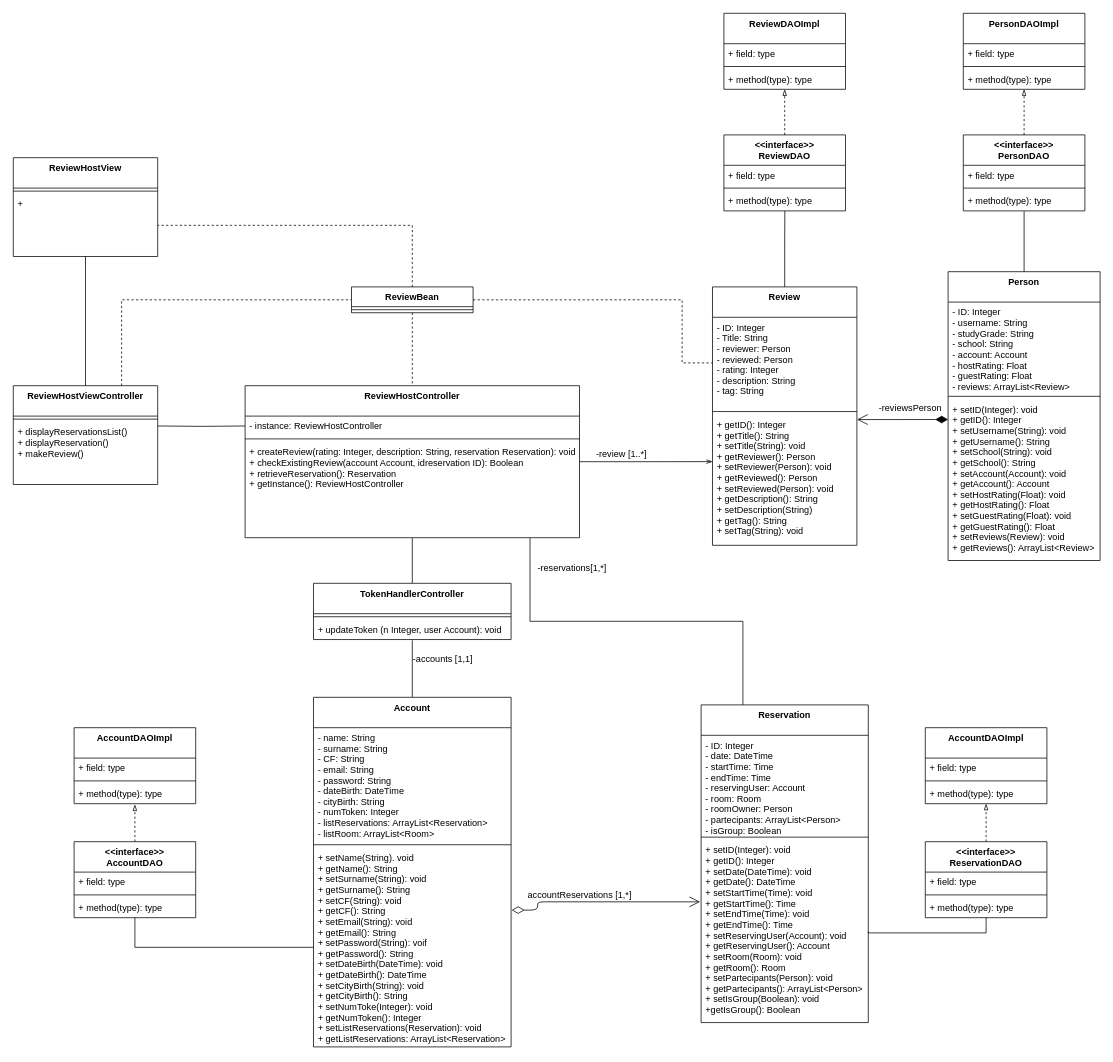
The draw.io diagram Deliverables/Design Level Class Diagram/DLCD ReviewHost Agostinelli.drawio in nic-agos/DoveStudi, before the edit. Source tidied: cells renumbered, new cells numbered last; positions are measured from the earlier drawing's top-left corner, leaving out a move shared by most shapes. Both pictures are drawn from the tidied source at 76%, with x=0, y=0 at pixel (13, 13).
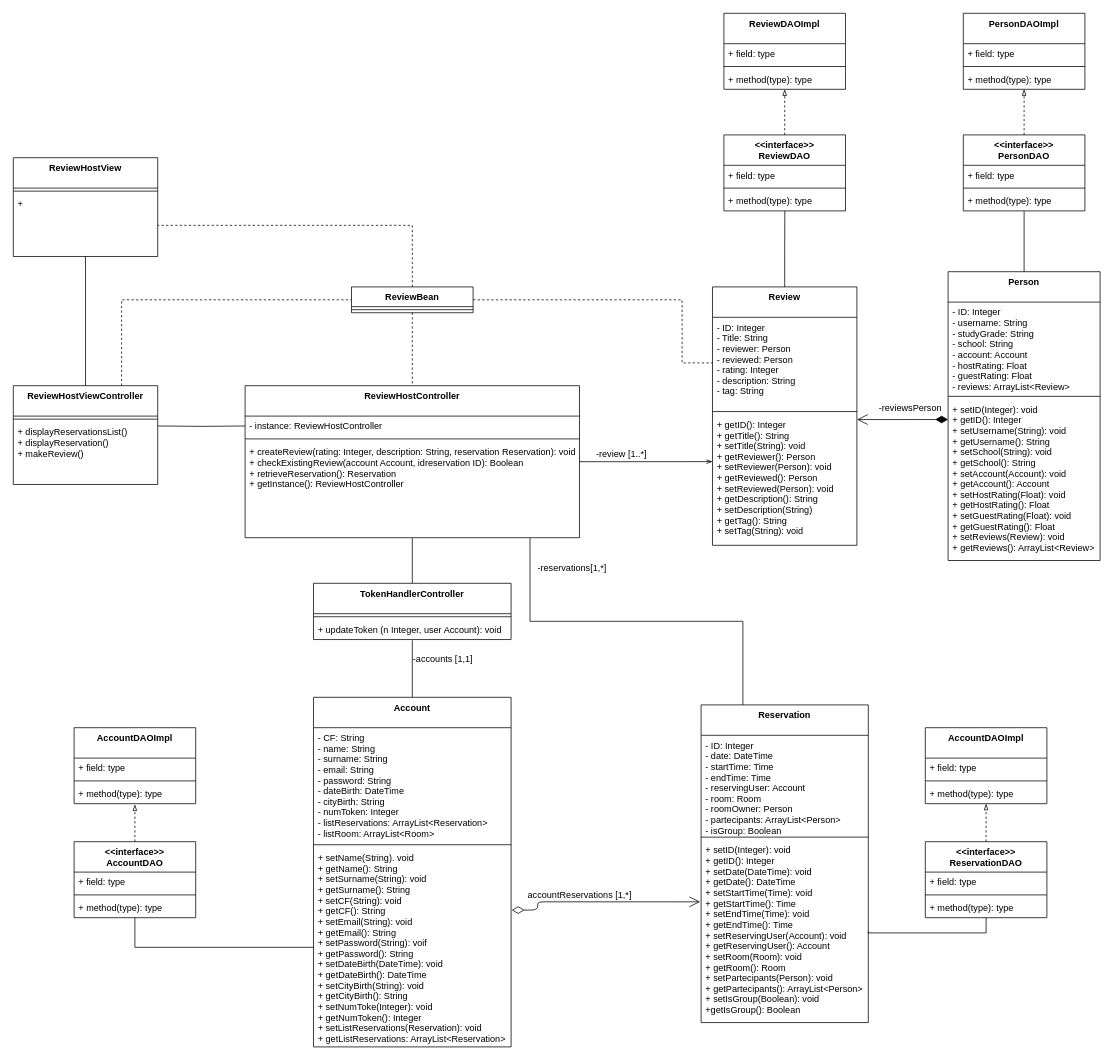
The same page after the edit.

The change refers to these unchanged cells:
```xml
<mxCell id="16" value="Account" style="swimlane;fontStyle=1;align=center;verticalAlign=top;horizontal=1;startSize=40;" parent="1" vertex="1">
  <mxGeometry x="395" y="900" width="260" height="460" as="geometry" />
</mxCell>
```

What changed in the source:
```diff
@@
-    <mxCell id="17" value="- name: String&#10;- surname: String&#10;- CF: String&#10;- email: String&#10;- password: String&#10;- dateBirth: DateTime&#10;- cityBirth: String&#10;- numToken: Integer&#10;- listReservations: ArrayList&lt;Reservation&gt;&#10;- listRoom: ArrayList&lt;Room&gt;" style="text;strokeColor=none;fillColor=none;align=left;verticalAlign=top;spacingLeft=4;spacingRight=4;overflow=hidden;" parent="16" vertex="1">
+    <mxCell id="17" value="- CF: String&#10;- name: String&#10;- surname: String&#10;- email: String&#10;- password: String&#10;- dateBirth: DateTime&#10;- cityBirth: String&#10;- numToken: Integer&#10;- listReservations: ArrayList&lt;Reservation&gt;&#10;- listRoom: ArrayList&lt;Room&gt;" style="text;strokeColor=none;fillColor=none;align=left;verticalAlign=top;spacingLeft=4;spacingRight=4;overflow=hidden;" parent="16" vertex="1">
       <mxGeometry y="40" width="260" height="150" as="geometry" />
     </mxCell>
```
